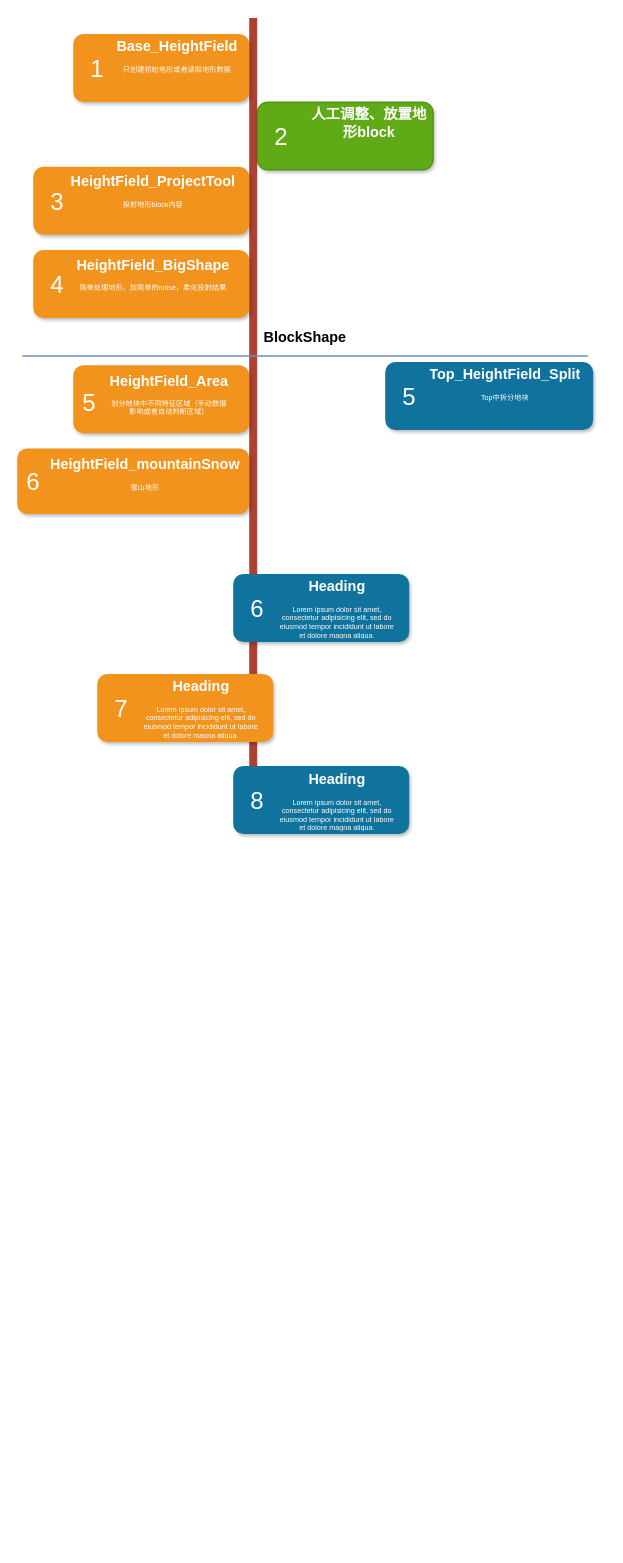
Before: hf_workflow.drawio in caropro/houdini_dev, a draw.io diagram. Source tidied: cells renumbered, new cells numbered last; positions are measured from the earlier drawing's top-left corner, leaving out a move shared by most shapes. Both pictures are drawn from the tidied source at 80%, with x=0, y=0 at pixel (17, 18).
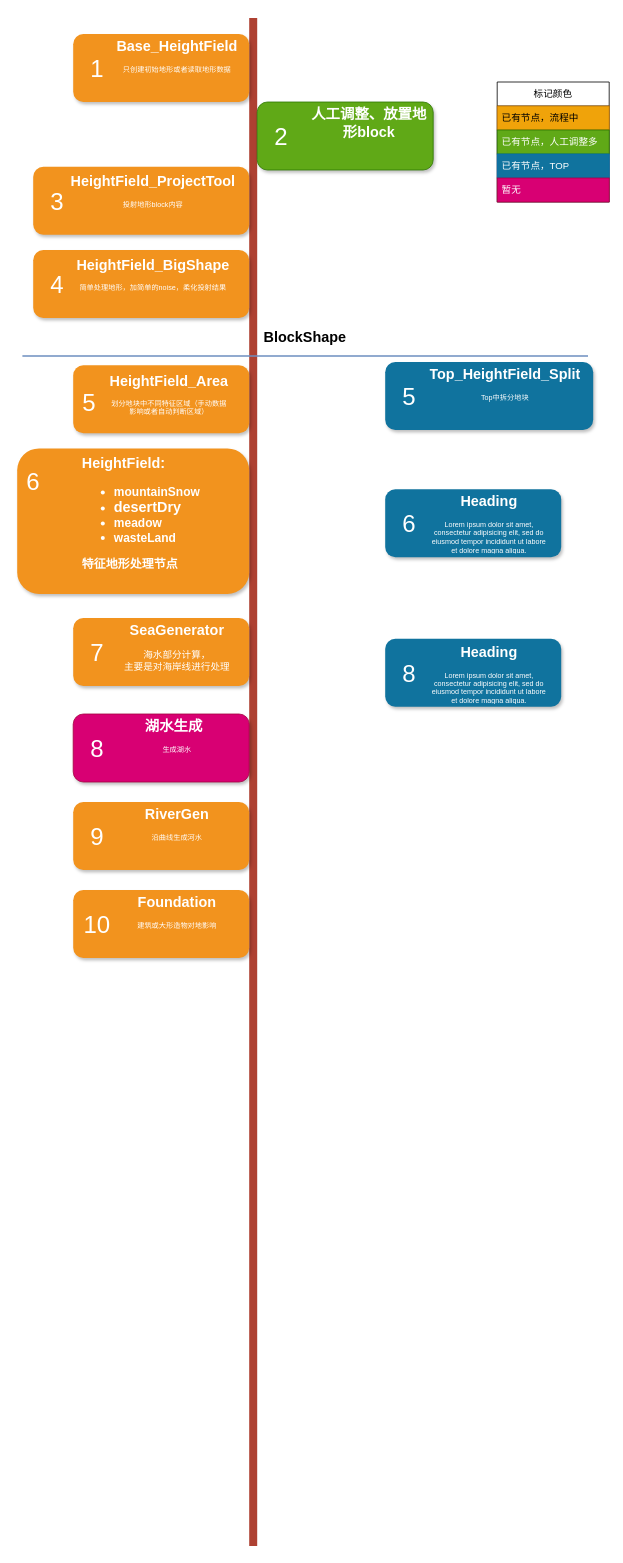
Above is the later version.

What changed in the source:
```diff
@@
     <mxCell id="2" style="line;strokeWidth=10;direction=south;html=1;fillColor=none;fontSize=13;fontColor=#000000;align=center;strokeColor=#AE4132;" parent="1" vertex="1">
-      <mxGeometry x="290" width="10" height="1015" as="geometry" />
+      <mxGeometry x="290" width="10" height="1910" as="geometry" />
     </mxCell>
@@
     <mxCell id="13" style="rounded=1;whiteSpace=wrap;html=1;strokeColor=none;strokeWidth=1;fillColor=#10739E;fontSize=13;fontColor=#FFFFFF;align=center;gradientColor=none;gradientDirection=east;verticalAlign=top;shadow=1;" parent="1" vertex="1">
-      <mxGeometry x="270" y="695" width="220" height="85" as="geometry" />
+      <mxGeometry x="460" y="589" width="220" height="85" as="geometry" />
     </mxCell>
     <mxCell id="14" value="6" style="text;html=1;strokeColor=none;fillColor=none;align=center;verticalAlign=middle;whiteSpace=wrap;fontSize=30;fontColor=#FFFFFF;" parent="1" vertex="1">
-      <mxGeometry x="280" y="728" width="40" height="20" as="geometry" />
+      <mxGeometry x="470" y="622" width="40" height="20" as="geometry" />
     </mxCell>
     <mxCell id="15" style="rounded=1;whiteSpace=wrap;html=1;strokeColor=none;strokeWidth=1;fillColor=#F2931E;fontSize=13;fontColor=#FFFFFF;align=center;gradientColor=none;gradientDirection=east;verticalAlign=top;shadow=1;" parent="1" vertex="1">
-      <mxGeometry x="100" y="820" width="220" height="85" as="geometry" />
+      <mxGeometry x="70" y="750" width="220" height="85" as="geometry" />
     </mxCell>
     <mxCell id="16" value="7" style="text;html=1;strokeColor=none;fillColor=none;align=center;verticalAlign=middle;whiteSpace=wrap;fontSize=30;fontColor=#FFFFFF;" parent="1" vertex="1">
-      <mxGeometry x="110" y="853" width="40" height="20" as="geometry" />
+      <mxGeometry x="80" y="783" width="40" height="20" as="geometry" />
     </mxCell>
     <mxCell id="17" style="rounded=1;whiteSpace=wrap;html=1;strokeColor=none;strokeWidth=1;fillColor=#10739E;fontSize=13;fontColor=#FFFFFF;align=center;gradientColor=none;gradientDirection=east;verticalAlign=top;shadow=1;" parent="1" vertex="1">
-      <mxGeometry x="270" y="935" width="220" height="85" as="geometry" />
+      <mxGeometry x="460" y="776" width="220" height="85" as="geometry" />
     </mxCell>
     <mxCell id="18" value="8" style="text;html=1;strokeColor=none;fillColor=none;align=center;verticalAlign=middle;whiteSpace=wrap;fontSize=30;fontColor=#FFFFFF;" parent="1" vertex="1">
-      <mxGeometry x="280" y="968" width="40" height="20" as="geometry" />
+      <mxGeometry x="470" y="809" width="40" height="20" as="geometry" />
     </mxCell>
@@
     <mxCell id="24" value="&lt;h1&gt;Heading&lt;/h1&gt;&lt;p&gt;Lorem ipsum dolor sit amet, consectetur adipisicing elit, sed do eiusmod tempor incididunt ut labore et dolore magna aliqua.&lt;/p&gt;" style="text;html=1;spacing=5;spacingTop=-20;whiteSpace=wrap;overflow=hidden;strokeColor=none;strokeWidth=4;fillColor=none;gradientColor=#007FFF;fontSize=9;fontColor=#FFFFFF;align=center;" parent="1" vertex="1">
-      <mxGeometry x="320" y="699" width="160" height="77" as="geometry" />
+      <mxGeometry x="510" y="593" width="160" height="77" as="geometry" />
     </mxCell>
-    <mxCell id="25" value="&lt;h1&gt;Heading&lt;/h1&gt;&lt;p&gt;Lorem ipsum dolor sit amet, consectetur adipisicing elit, sed do eiusmod tempor incididunt ut labore et dolore magna aliqua.&lt;/p&gt;" style="text;html=1;spacing=5;spacingTop=-20;whiteSpace=wrap;overflow=hidden;strokeColor=none;strokeWidth=4;fillColor=none;gradientColor=#007FFF;fontSize=9;fontColor=#FFFFFF;align=center;" parent="1" vertex="1">
-      <mxGeometry x="150" y="824" width="160" height="77" as="geometry" />
+    <mxCell id="25" value="&lt;h1&gt;SeaGenerator&lt;/h1&gt;&lt;div style=&quot;font-size: 12px;&quot;&gt;海水部分计算，&lt;/div&gt;&lt;div style=&quot;font-size: 12px;&quot;&gt;主要是对海岸线进行处理&lt;/div&gt;" style="text;html=1;spacing=5;spacingTop=-20;whiteSpace=wrap;overflow=hidden;strokeColor=none;strokeWidth=4;fillColor=none;gradientColor=#007FFF;fontSize=9;fontColor=#FFFFFF;align=center;" parent="1" vertex="1">
+      <mxGeometry x="120" y="754" width="160" height="77" as="geometry" />
     </mxCell>
     <mxCell id="26" value="&lt;h1&gt;Heading&lt;/h1&gt;&lt;p&gt;Lorem ipsum dolor sit amet, consectetur adipisicing elit, sed do eiusmod tempor incididunt ut labore et dolore magna aliqua.&lt;/p&gt;" style="text;html=1;spacing=5;spacingTop=-20;whiteSpace=wrap;overflow=hidden;strokeColor=none;strokeWidth=4;fillColor=none;gradientColor=#007FFF;fontSize=9;fontColor=#FFFFFF;align=center;" parent="1" vertex="1">
-      <mxGeometry x="320" y="940" width="160" height="77" as="geometry" />
+      <mxGeometry x="510" y="781" width="160" height="77" as="geometry" />
     </mxCell>
@@
     <mxCell id="32" style="rounded=1;whiteSpace=wrap;html=1;strokeColor=none;strokeWidth=1;fillColor=#F2931E;fontSize=13;fontColor=#FFFFFF;align=center;gradientColor=none;gradientDirection=east;verticalAlign=top;shadow=1;" parent="1" vertex="1">
-      <mxGeometry y="538" width="290" height="82" as="geometry" />
+      <mxGeometry y="538" width="290" height="182" as="geometry" />
     </mxCell>
@@
-    <mxCell id="34" value="&lt;h1&gt;HeightField_mountainSnow&lt;/h1&gt;&lt;p&gt;雪山地形&lt;/p&gt;" style="text;html=1;spacing=5;spacingTop=-20;whiteSpace=wrap;overflow=hidden;strokeColor=none;strokeWidth=4;fillColor=none;gradientColor=#007FFF;fontSize=9;fontColor=#FFFFFF;align=center;" parent="1" vertex="1">
-      <mxGeometry x="30" y="546" width="260" height="77" as="geometry" />
+    <mxCell id="34" value="&lt;h1 style=&quot;text-align: left;&quot;&gt;&lt;font style=&quot;font-size: 18px;&quot;&gt;HeightField:&lt;/font&gt;&lt;/h1&gt;&lt;h1 style=&quot;text-align: left; font-size: 15px;&quot;&gt;&lt;ul&gt;&lt;li&gt;mountainSnow&lt;/li&gt;&lt;li&gt;&lt;font style=&quot;border-color: var(--border-color); font-size: 18px;&quot;&gt;desertDry&lt;/font&gt;&lt;/li&gt;&lt;li&gt;&lt;font style=&quot;border-color: var(--border-color);&quot;&gt;meadow&lt;br&gt;&lt;/font&gt;&lt;/li&gt;&lt;li&gt;&lt;font style=&quot;border-color: var(--border-color);&quot;&gt;wasteLand&lt;br&gt;&lt;/font&gt;&lt;/li&gt;&lt;/ul&gt;特征地形处理节点&lt;/h1&gt;" style="text;html=1;spacing=5;spacingTop=-20;whiteSpace=wrap;overflow=hidden;strokeColor=none;strokeWidth=4;fillColor=none;gradientColor=#007FFF;fontSize=9;fontColor=#FFFFFF;align=center;" parent="1" vertex="1">
+      <mxGeometry x="50" y="545" width="210" height="155" as="geometry" />
     </mxCell>
+    <mxCell id="35" style="rounded=1;whiteSpace=wrap;html=1;strokeColor=#A50040;strokeWidth=1;fillColor=#d80073;fontSize=13;fontColor=#ffffff;align=center;gradientDirection=east;verticalAlign=top;shadow=1;" parent="1" vertex="1">
+      <mxGeometry x="70" y="870" width="220" height="85" as="geometry" />
+    </mxCell>
+    <mxCell id="36" value="8" style="text;html=1;strokeColor=none;fillColor=none;align=center;verticalAlign=middle;whiteSpace=wrap;fontSize=30;fontColor=#FFFFFF;" parent="1" vertex="1">
+      <mxGeometry x="80" y="903" width="40" height="20" as="geometry" />
+    </mxCell>
+    <mxCell id="37" value="&lt;h1&gt;湖水生成&lt;span style=&quot;white-space: pre;&quot;&gt;&#9;&lt;/span&gt;&lt;/h1&gt;&lt;div&gt;生成湖水&lt;/div&gt;" style="text;html=1;spacing=5;spacingTop=-20;whiteSpace=wrap;overflow=hidden;strokeColor=none;strokeWidth=4;fillColor=none;gradientColor=#007FFF;fontSize=9;fontColor=#FFFFFF;align=center;" parent="1" vertex="1">
+      <mxGeometry x="120" y="874" width="160" height="77" as="geometry" />
+    </mxCell>
+    <mxCell id="38" style="rounded=1;whiteSpace=wrap;html=1;strokeColor=none;strokeWidth=1;fillColor=#F2931E;fontSize=13;fontColor=#FFFFFF;align=center;gradientColor=none;gradientDirection=east;verticalAlign=top;shadow=1;" parent="1" vertex="1">
+      <mxGeometry x="70" y="980" width="220" height="85" as="geometry" />
+    </mxCell>
+    <mxCell id="39" value="9" style="text;html=1;strokeColor=none;fillColor=none;align=center;verticalAlign=middle;whiteSpace=wrap;fontSize=30;fontColor=#FFFFFF;" parent="1" vertex="1">
+      <mxGeometry x="80" y="1013" width="40" height="20" as="geometry" />
+    </mxCell>
+    <mxCell id="40" value="&lt;h1&gt;RiverGen&lt;/h1&gt;&lt;div&gt;沿曲线生成河水&lt;/div&gt;" style="text;html=1;spacing=5;spacingTop=-20;whiteSpace=wrap;overflow=hidden;strokeColor=none;strokeWidth=4;fillColor=none;gradientColor=#007FFF;fontSize=9;fontColor=#FFFFFF;align=center;" parent="1" vertex="1">
+      <mxGeometry x="120" y="984" width="160" height="77" as="geometry" />
+    </mxCell>
+    <mxCell id="41" value="标记颜色" style="swimlane;fontStyle=0;horizontal=1;startSize=30;whiteSpace=wrap;html=1;" parent="1" vertex="1">
+      <mxGeometry x="600" y="80" width="140" height="150" as="geometry" />
+    </mxCell>
+    <mxCell id="42" value="已有节点，流程中" style="text;strokeColor=#BD7000;fillColor=#f0a30a;align=left;verticalAlign=middle;spacingLeft=4;spacingRight=4;overflow=hidden;whiteSpace=wrap;html=1;fontColor=#000000;" parent="41" vertex="1">
+      <mxGeometry y="30" width="140" height="30" as="geometry" />
+    </mxCell>
+    <mxCell id="43" value="已有节点，人工调整多" style="text;strokeColor=#2D7600;fillColor=#60a917;align=left;verticalAlign=middle;spacingLeft=4;spacingRight=4;overflow=hidden;whiteSpace=wrap;html=1;fontColor=#ffffff;" parent="41" vertex="1">
+      <mxGeometry y="60" width="140" height="30" as="geometry" />
+    </mxCell>
+    <mxCell id="44" value="已有节点，TOP" style="text;strokeColor=#006EAF;fillColor=#10739e;align=left;verticalAlign=middle;spacingLeft=4;spacingRight=4;overflow=hidden;whiteSpace=wrap;html=1;fontColor=#ffffff;" parent="41" vertex="1">
+      <mxGeometry y="90" width="140" height="30" as="geometry" />
+    </mxCell>
+    <mxCell id="45" value="暂无" style="text;strokeColor=#A50040;fillColor=#d80073;align=left;verticalAlign=middle;spacingLeft=4;spacingRight=4;overflow=hidden;whiteSpace=wrap;html=1;fontColor=#ffffff;" parent="41" vertex="1">
+      <mxGeometry y="120" width="140" height="30" as="geometry" />
+    </mxCell>
+    <mxCell id="46" style="rounded=1;whiteSpace=wrap;html=1;strokeColor=none;strokeWidth=1;fillColor=#F2931E;fontSize=13;fontColor=#FFFFFF;align=center;gradientColor=none;gradientDirection=east;verticalAlign=top;shadow=1;" parent="1" vertex="1">
+      <mxGeometry x="70" y="1090" width="220" height="85" as="geometry" />
+    </mxCell>
+    <mxCell id="47" value="10" style="text;html=1;strokeColor=none;fillColor=none;align=center;verticalAlign=middle;whiteSpace=wrap;fontSize=30;fontColor=#FFFFFF;" parent="1" vertex="1">
+      <mxGeometry x="80" y="1123" width="40" height="20" as="geometry" />
+    </mxCell>
+    <mxCell id="48" value="&lt;h1&gt;Foundation&lt;/h1&gt;&lt;div&gt;建筑或大形造物对地影响&lt;/div&gt;" style="text;html=1;spacing=5;spacingTop=-20;whiteSpace=wrap;overflow=hidden;strokeColor=none;strokeWidth=4;fillColor=none;gradientColor=#007FFF;fontSize=9;fontColor=#FFFFFF;align=center;" parent="1" vertex="1">
+      <mxGeometry x="120" y="1094" width="160" height="77" as="geometry" />
+    </mxCell>
```
